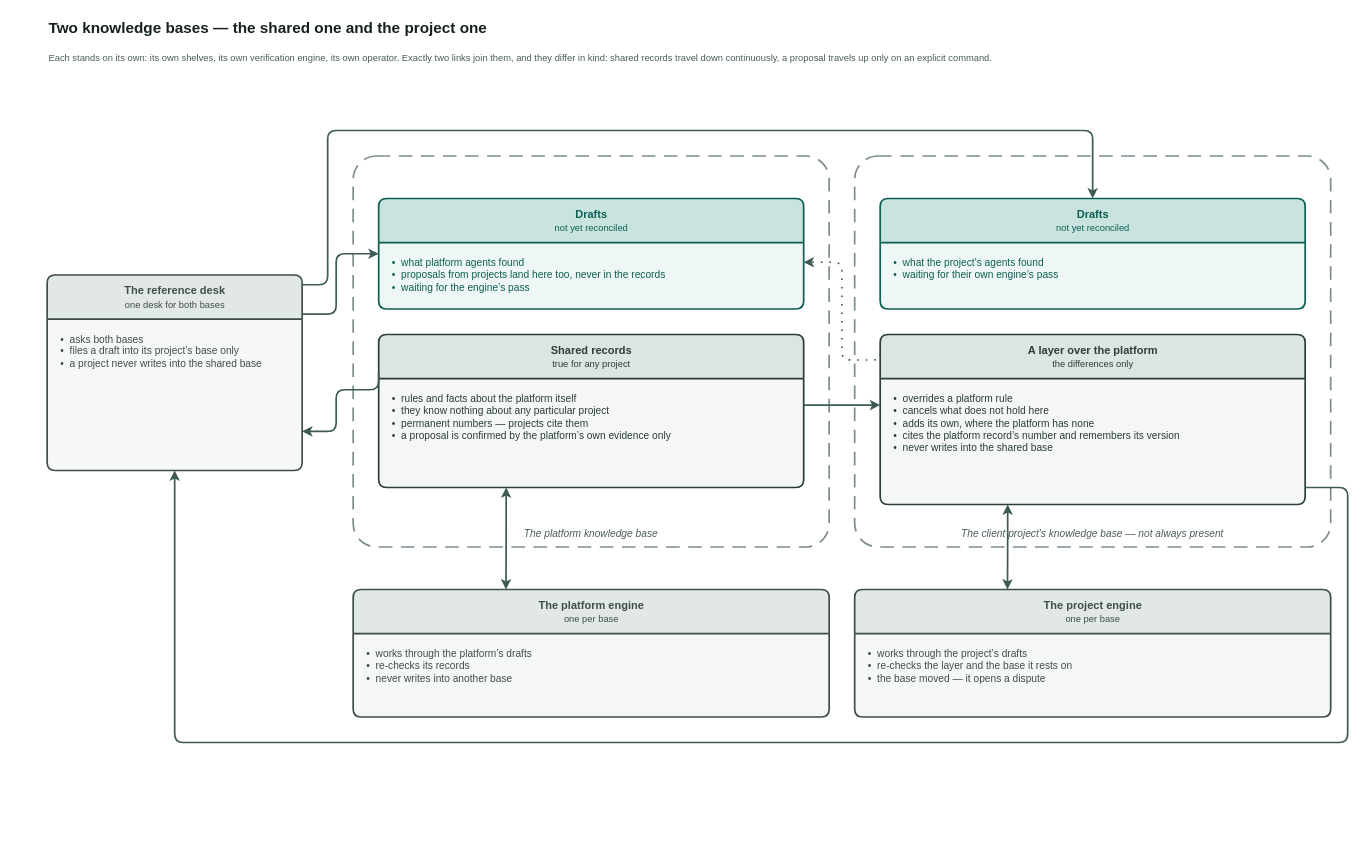
This is page "Two knowledge bases" (2 of 5) of docs/adr/adr-knowledge-base-v3-overview.drawio from VirtoCommerce/ai-tools, a draw.io file, before an edit. Source tidied: cells renumbered, new cells numbered last; positions are measured from the earlier drawing's top-left corner, leaving out a move shared by most shapes. Both pictures are drawn from the tidied source at 85%, with x=0, y=0 at pixel (47, 14).
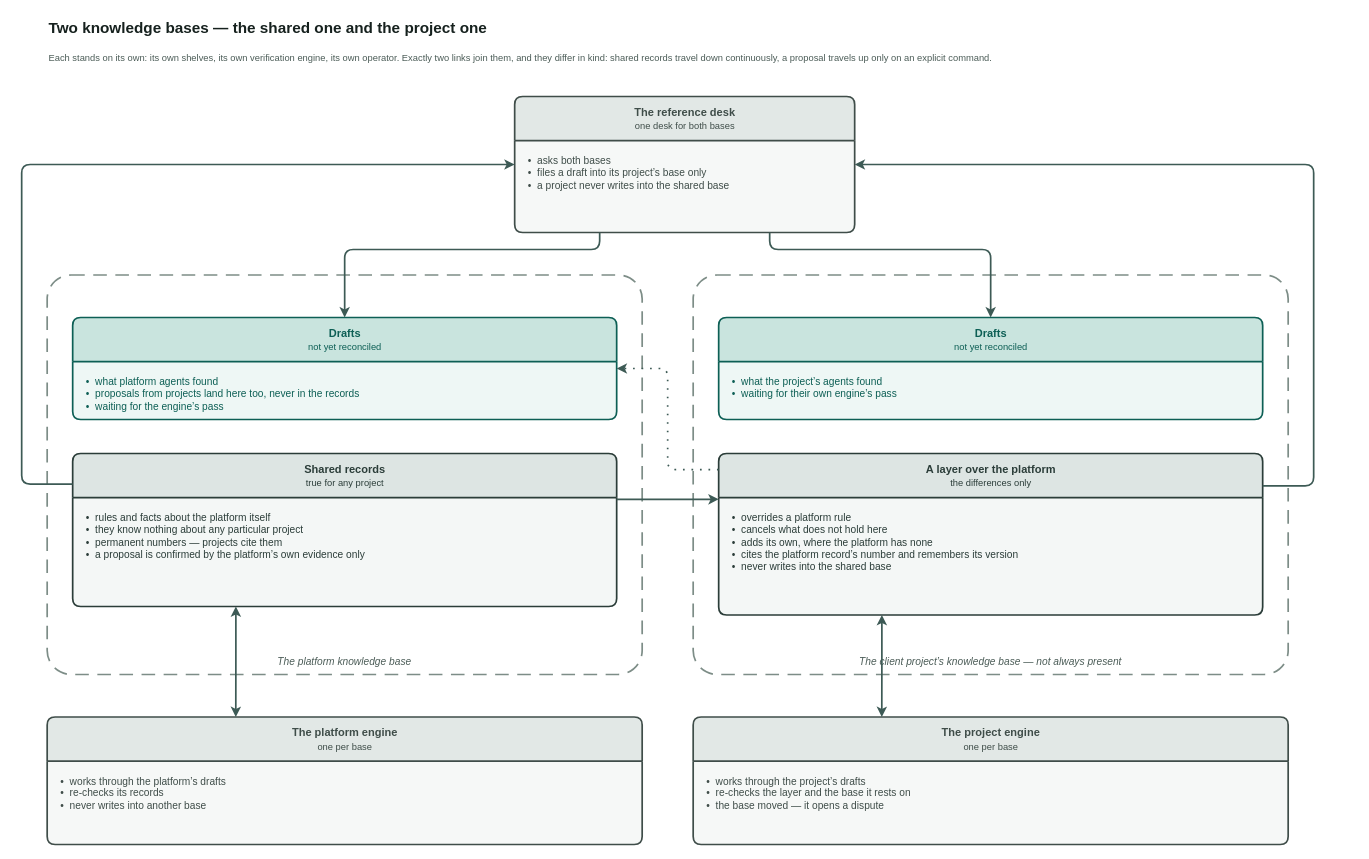
Above is the later version.

Commit message:
docs(adr): kb v3 — the desk on top, the two bases mirrored under it (VCST-5776)

The edit, as a diff of the source:
```diff
@@
     <mxCell id="4" value="The reference desk&lt;br&gt;&lt;span style=&quot;font-size:11px;font-weight:normal&quot;&gt;one desk for both bases&lt;/span&gt;" style="swimlane;html=1;rounded=1;arcSize=6;startSize=52;horizontal=1;fillColor=#e2e8e6;swimlaneFillColor=#f6f8f7;strokeColor=#3f4d49;fontColor=#3f4d49;fontSize=13;fontStyle=1;align=center;verticalAlign=middle;strokeWidth=2;fontFamily=Helvetica;" parent="1" vertex="1">
-      <mxGeometry y="306" width="300" height="230" as="geometry" />
+      <mxGeometry x="550" y="96" width="400" height="160" as="geometry" />
     </mxCell>
     <mxCell id="5" value="•&amp;nbsp; asks both bases&lt;br&gt;•&amp;nbsp; files a draft into its project’s base only&lt;br&gt;•&amp;nbsp; a project never writes into the shared base" style="text;html=1;align=left;verticalAlign=top;whiteSpace=wrap;spacingLeft=14;spacingTop=10;spacingRight=10;fontSize=12;fontColor=#3f4d49;fontFamily=Helvetica;" parent="4" vertex="1">
-      <mxGeometry y="52" width="300" height="178" as="geometry" />
+      <mxGeometry y="52" width="400" height="108" as="geometry" />
     </mxCell>
     <mxCell id="6" value="The platform knowledge base" style="rounded=1;arcSize=6;whiteSpace=wrap;html=1;fillColor=none;strokeColor=#7d8d87;dashed=1;dashPattern=8 5;strokeWidth=2;verticalAlign=bottom;align=center;spacingBottom=6;fontColor=#4b5c57;fontStyle=2;fontSize=12;fontFamily=Helvetica;" parent="1" vertex="1">
-      <mxGeometry x="360" y="166" width="560" height="460" as="geometry" />
+      <mxGeometry y="306" width="700" height="470" as="geometry" />
     </mxCell>
     <mxCell id="7" value="Drafts&lt;br&gt;&lt;span style=&quot;font-size:11px;font-weight:normal&quot;&gt;not yet reconciled&lt;/span&gt;" style="swimlane;html=1;rounded=1;arcSize=6;startSize=52;horizontal=1;fillColor=#c9e4de;swimlaneFillColor=#eef7f5;strokeColor=#0d5f55;fontColor=#0d5f55;fontSize=13;fontStyle=1;align=center;verticalAlign=middle;strokeWidth=2;fontFamily=Helvetica;" parent="1" vertex="1">
-      <mxGeometry x="390" y="216" width="500" height="130" as="geometry" />
+      <mxGeometry x="30" y="356" width="640" height="120" as="geometry" />
     </mxCell>
     <mxCell id="8" value="•&amp;nbsp; what platform agents found&lt;br&gt;•&amp;nbsp; proposals from projects land here too, never in the records&lt;br&gt;•&amp;nbsp; waiting for the engine’s pass" style="text;html=1;align=left;verticalAlign=top;whiteSpace=wrap;spacingLeft=14;spacingTop=10;spacingRight=10;fontSize=12;fontColor=#0d5f55;fontFamily=Helvetica;" parent="7" vertex="1">
-      <mxGeometry y="52" width="500" height="78" as="geometry" />
+      <mxGeometry y="52" width="640" height="68" as="geometry" />
     </mxCell>
     <mxCell id="9" value="Shared records&lt;br&gt;&lt;span style=&quot;font-size:11px;font-weight:normal&quot;&gt;true for any project&lt;/span&gt;" style="swimlane;html=1;rounded=1;arcSize=6;startSize=52;horizontal=1;fillColor=#dde5e3;swimlaneFillColor=#f4f7f6;strokeColor=#2b3d39;fontColor=#2b3d39;fontSize=13;fontStyle=1;align=center;verticalAlign=middle;strokeWidth=2;fontFamily=Helvetica;" parent="1" vertex="1">
-      <mxGeometry x="390" y="376" width="500" height="180" as="geometry" />
+      <mxGeometry x="30" y="516" width="640" height="180" as="geometry" />
     </mxCell>
     <mxCell id="10" value="•&amp;nbsp; rules and facts about the platform itself&lt;br&gt;•&amp;nbsp; they know nothing about any particular project&lt;br&gt;•&amp;nbsp; permanent numbers — projects cite them&lt;br&gt;•&amp;nbsp; a proposal is confirmed by the platform’s own evidence only" style="text;html=1;align=left;verticalAlign=top;whiteSpace=wrap;spacingLeft=14;spacingTop=10;spacingRight=10;fontSize=12;fontColor=#2b3d39;fontFamily=Helvetica;" parent="9" vertex="1">
-      <mxGeometry y="52" width="500" height="128" as="geometry" />
+      <mxGeometry y="52" width="640" height="128" as="geometry" />
     </mxCell>
     <mxCell id="11" value="The client project’s knowledge base — not always present" style="rounded=1;arcSize=6;whiteSpace=wrap;html=1;fillColor=none;strokeColor=#7d8d87;dashed=1;dashPattern=8 5;strokeWidth=2;verticalAlign=bottom;align=center;spacingBottom=6;fontColor=#4b5c57;fontStyle=2;fontSize=12;fontFamily=Helvetica;" parent="1" vertex="1">
-      <mxGeometry x="950" y="166" width="560" height="460" as="geometry" />
+      <mxGeometry x="760" y="306" width="700" height="470" as="geometry" />
     </mxCell>
     <mxCell id="12" value="Drafts&lt;br&gt;&lt;span style=&quot;font-size:11px;font-weight:normal&quot;&gt;not yet reconciled&lt;/span&gt;" style="swimlane;html=1;rounded=1;arcSize=6;startSize=52;horizontal=1;fillColor=#c9e4de;swimlaneFillColor=#eef7f5;strokeColor=#0d5f55;fontColor=#0d5f55;fontSize=13;fontStyle=1;align=center;verticalAlign=middle;strokeWidth=2;fontFamily=Helvetica;" parent="1" vertex="1">
-      <mxGeometry x="980" y="216" width="500" height="130" as="geometry" />
+      <mxGeometry x="790" y="356" width="640" height="120" as="geometry" />
     </mxCell>
     <mxCell id="13" value="•&amp;nbsp; what the project’s agents found&lt;br&gt;•&amp;nbsp; waiting for their own engine’s pass" style="text;html=1;align=left;verticalAlign=top;whiteSpace=wrap;spacingLeft=14;spacingTop=10;spacingRight=10;fontSize=12;fontColor=#0d5f55;fontFamily=Helvetica;" parent="12" vertex="1">
-      <mxGeometry y="52" width="500" height="78" as="geometry" />
+      <mxGeometry y="52" width="640" height="68" as="geometry" />
     </mxCell>
     <mxCell id="14" value="A layer over the platform&lt;br&gt;&lt;span style=&quot;font-size:11px;font-weight:normal&quot;&gt;the differences only&lt;/span&gt;" style="swimlane;html=1;rounded=1;arcSize=6;startSize=52;horizontal=1;fillColor=#dde5e3;swimlaneFillColor=#f4f7f6;strokeColor=#2b3d39;fontColor=#2b3d39;fontSize=13;fontStyle=1;align=center;verticalAlign=middle;strokeWidth=2;fontFamily=Helvetica;" parent="1" vertex="1">
-      <mxGeometry x="980" y="376" width="500" height="200" as="geometry" />
+      <mxGeometry x="790" y="516" width="640" height="190" as="geometry" />
     </mxCell>
     <mxCell id="15" value="•&amp;nbsp; overrides a platform rule&lt;br&gt;•&amp;nbsp; cancels what does not hold here&lt;br&gt;•&amp;nbsp; adds its own, where the platform has none&lt;br&gt;•&amp;nbsp; cites the platform record’s number and remembers its version&lt;br&gt;•&amp;nbsp; never writes into the shared base" style="text;html=1;align=left;verticalAlign=top;whiteSpace=wrap;spacingLeft=14;spacingTop=10;spacingRight=10;fontSize=12;fontColor=#2b3d39;fontFamily=Helvetica;" parent="14" vertex="1">
-      <mxGeometry y="52" width="500" height="148" as="geometry" />
+      <mxGeometry y="52" width="640" height="138" as="geometry" />
     </mxCell>
     <mxCell id="16" value="The platform engine&lt;br&gt;&lt;span style=&quot;font-size:11px;font-weight:normal&quot;&gt;one per base&lt;/span&gt;" style="swimlane;html=1;rounded=1;arcSize=6;startSize=52;horizontal=1;fillColor=#e2e8e6;swimlaneFillColor=#f6f8f7;strokeColor=#3f4d49;fontColor=#3f4d49;fontSize=13;fontStyle=1;align=center;verticalAlign=middle;strokeWidth=2;fontFamily=Helvetica;" parent="1" vertex="1">
-      <mxGeometry x="360" y="676" width="560" height="150" as="geometry" />
+      <mxGeometry y="826" width="700" height="150" as="geometry" />
     </mxCell>
     <mxCell id="17" value="•&amp;nbsp; works through the platform’s drafts&lt;br&gt;•&amp;nbsp; re-checks its records&lt;br&gt;•&amp;nbsp; never writes into another base" style="text;html=1;align=left;verticalAlign=top;whiteSpace=wrap;spacingLeft=14;spacingTop=10;spacingRight=10;fontSize=12;fontColor=#3f4d49;fontFamily=Helvetica;" parent="16" vertex="1">
-      <mxGeometry y="52" width="560" height="98" as="geometry" />
+      <mxGeometry y="52" width="700" height="98" as="geometry" />
     </mxCell>
     <mxCell id="18" value="The project engine&lt;br&gt;&lt;span style=&quot;font-size:11px;font-weight:normal&quot;&gt;one per base&lt;/span&gt;" style="swimlane;html=1;rounded=1;arcSize=6;startSize=52;horizontal=1;fillColor=#e2e8e6;swimlaneFillColor=#f6f8f7;strokeColor=#3f4d49;fontColor=#3f4d49;fontSize=13;fontStyle=1;align=center;verticalAlign=middle;strokeWidth=2;fontFamily=Helvetica;" parent="1" vertex="1">
-      <mxGeometry x="950" y="676" width="560" height="150" as="geometry" />
+      <mxGeometry x="760" y="826" width="700" height="150" as="geometry" />
     </mxCell>
     <mxCell id="19" value="•&amp;nbsp; works through the project’s drafts&lt;br&gt;•&amp;nbsp; re-checks the layer and the base it rests on&lt;br&gt;•&amp;nbsp; the base moved — it opens a dispute" style="text;html=1;align=left;verticalAlign=top;whiteSpace=wrap;spacingLeft=14;spacingTop=10;spacingRight=10;fontSize=12;fontColor=#3f4d49;fontFamily=Helvetica;" parent="18" vertex="1">
-      <mxGeometry y="52" width="560" height="98" as="geometry" />
+      <mxGeometry y="52" width="700" height="98" as="geometry" />
     </mxCell>
-    <mxCell id="20" style="edgeStyle=orthogonalEdgeStyle;rounded=1;html=1;labelBackgroundColor=#ffffff;fontSize=12;strokeWidth=2;strokeColor=#3d5a55;fontColor=#2f3a37;fontFamily=Helvetica;exitX=1;exitY=0.2;exitDx=0;exitDy=0;entryX=0;entryY=0.5;entryDx=0;entryDy=0;" parent="1" edge="1" source="4" target="7">
+    <mxCell id="20" style="edgeStyle=orthogonalEdgeStyle;rounded=1;html=1;labelBackgroundColor=#ffffff;fontSize=12;strokeWidth=2;strokeColor=#3d5a55;fontColor=#2f3a37;fontFamily=Helvetica;exitX=0.25;exitY=1;exitDx=0;exitDy=0;entryX=0.5;entryY=0;entryDx=0;entryDy=0;" parent="1" edge="1" source="4" target="7">
       <mxGeometry relative="1" as="geometry">
         <Array as="points">
-          <mxPoint x="340" y="352" />
-          <mxPoint x="340" y="281" />
+          <mxPoint x="650" y="276" />
+          <mxPoint x="350" y="276" />
         </Array>
       </mxGeometry>
     </mxCell>
-    <mxCell id="21" style="edgeStyle=orthogonalEdgeStyle;rounded=1;html=1;labelBackgroundColor=#ffffff;fontSize=12;strokeWidth=2;strokeColor=#3d5a55;fontColor=#2f3a37;fontFamily=Helvetica;exitX=0;exitY=0.25;exitDx=0;exitDy=0;entryX=1;entryY=0.8;entryDx=0;entryDy=0;" parent="1" edge="1" source="9" target="4">
+    <mxCell id="21" style="edgeStyle=orthogonalEdgeStyle;rounded=1;html=1;labelBackgroundColor=#ffffff;fontSize=12;strokeWidth=2;strokeColor=#3d5a55;fontColor=#2f3a37;fontFamily=Helvetica;exitX=0;exitY=0.2;exitDx=0;exitDy=0;entryX=0;entryY=0.5;entryDx=0;entryDy=0;" parent="1" edge="1" source="9" target="4">
       <mxGeometry relative="1" as="geometry">
         <Array as="points">
-          <mxPoint x="340" y="441" />
-          <mxPoint x="340" y="490" />
+          <mxPoint x="-30" y="552" />
+          <mxPoint x="-30" y="176" />
         </Array>
       </mxGeometry>
     </mxCell>
-    <mxCell id="22" style="edgeStyle=orthogonalEdgeStyle;rounded=1;html=1;labelBackgroundColor=#ffffff;fontSize=12;strokeWidth=2;strokeColor=#3d5a55;fontColor=#2f3a37;fontFamily=Helvetica;exitX=1;exitY=0.05;exitDx=0;exitDy=0;entryX=0.5;entryY=0;entryDx=0;entryDy=0;" parent="1" edge="1" source="4" target="12">
+    <mxCell id="22" style="edgeStyle=orthogonalEdgeStyle;rounded=1;html=1;labelBackgroundColor=#ffffff;fontSize=12;strokeWidth=2;strokeColor=#3d5a55;fontColor=#2f3a37;fontFamily=Helvetica;exitX=0.75;exitY=1;exitDx=0;exitDy=0;entryX=0.5;entryY=0;entryDx=0;entryDy=0;" parent="1" edge="1" source="4" target="12">
       <mxGeometry relative="1" as="geometry">
         <Array as="points">
-          <mxPoint x="330" y="318" />
-          <mxPoint x="330" y="136" />
-          <mxPoint x="1230" y="136" />
+          <mxPoint x="850" y="276" />
+          <mxPoint x="1110" y="276" />
         </Array>
       </mxGeometry>
     </mxCell>
-    <mxCell id="23" style="edgeStyle=orthogonalEdgeStyle;rounded=1;html=1;labelBackgroundColor=#ffffff;fontSize=12;strokeWidth=2;strokeColor=#3d5a55;fontColor=#2f3a37;fontFamily=Helvetica;exitX=1;exitY=0.9;exitDx=0;exitDy=0;entryX=0.5;entryY=1;entryDx=0;entryDy=0;" parent="1" edge="1" source="14" target="4">
+    <mxCell id="23" style="edgeStyle=orthogonalEdgeStyle;rounded=1;html=1;labelBackgroundColor=#ffffff;fontSize=12;strokeWidth=2;strokeColor=#3d5a55;fontColor=#2f3a37;fontFamily=Helvetica;exitX=1;exitY=0.2;exitDx=0;exitDy=0;entryX=1;entryY=0.5;entryDx=0;entryDy=0;" parent="1" edge="1" source="14" target="4">
       <mxGeometry relative="1" as="geometry">
         <Array as="points">
-          <mxPoint x="1530" y="556" />
-          <mxPoint x="1530" y="856" />
-          <mxPoint x="150" y="856" />
+          <mxPoint x="1490" y="554" />
+          <mxPoint x="1490" y="176" />
         </Array>
       </mxGeometry>
     </mxCell>
-    <mxCell id="24" style="edgeStyle=orthogonalEdgeStyle;rounded=1;html=1;labelBackgroundColor=#ffffff;fontSize=12;strokeWidth=2;strokeColor=#3d5a55;fontColor=#2f3a37;fontFamily=Helvetica;exitX=1;exitY=0.462;exitDx=0;exitDy=0;entryX=0;entryY=0.415;entryDx=0;entryDy=0;" parent="1" edge="1" source="9" target="14">
+    <mxCell id="24" style="edgeStyle=orthogonalEdgeStyle;rounded=1;html=1;labelBackgroundColor=#ffffff;fontSize=12;strokeWidth=2;strokeColor=#3d5a55;fontColor=#2f3a37;fontFamily=Helvetica;exitX=1;exitY=0.3;exitDx=0;exitDy=0;entryX=0;entryY=0.284;entryDx=0;entryDy=0;" parent="1" edge="1" source="9" target="14">
       <mxGeometry relative="1" as="geometry" />
     </mxCell>
-    <mxCell id="25" style="edgeStyle=orthogonalEdgeStyle;rounded=1;html=1;labelBackgroundColor=#ffffff;fontSize=12;strokeWidth=2;strokeColor=#3d5a55;fontColor=#2f3a37;fontFamily=Helvetica;dashed=1;dashPattern=1 4;exitX=0;exitY=0.115;exitDx=0;exitDy=0;entryX=1;entryY=0.577;entryDx=0;entryDy=0;" parent="1" edge="1" source="14" target="7">
+    <mxCell id="25" style="edgeStyle=orthogonalEdgeStyle;rounded=1;html=1;labelBackgroundColor=#ffffff;fontSize=12;strokeWidth=2;strokeColor=#3d5a55;fontColor=#2f3a37;fontFamily=Helvetica;dashed=1;dashPattern=1 4;exitX=0;exitY=0.1;exitDx=0;exitDy=0;entryX=1;entryY=0.5;entryDx=0;entryDy=0;" parent="1" edge="1" source="14" target="7">
       <mxGeometry relative="1" as="geometry">
         <Array as="points">
-          <mxPoint x="935" y="406" />
-          <mxPoint x="935" y="291" />
+          <mxPoint x="730" y="535" />
+          <mxPoint x="730" y="416" />
         </Array>
       </mxGeometry>
     </mxCell>
-    <mxCell id="26" style="edgeStyle=orthogonalEdgeStyle;rounded=1;html=1;labelBackgroundColor=#ffffff;fontSize=12;strokeWidth=2;strokeColor=#3d5a55;fontColor=#2f3a37;fontFamily=Helvetica;startArrow=classic;startFill=1;exitX=0.3;exitY=1;exitDx=0;exitDy=0;entryX=0.321;entryY=0;entryDx=0;entryDy=0;" parent="1" edge="1" source="9" target="16">
+    <mxCell id="26" style="edgeStyle=orthogonalEdgeStyle;rounded=1;html=1;labelBackgroundColor=#ffffff;fontSize=12;strokeWidth=2;strokeColor=#3d5a55;fontColor=#2f3a37;fontFamily=Helvetica;startArrow=classic;startFill=1;exitX=0.3;exitY=1;exitDx=0;exitDy=0;entryX=0.317;entryY=0;entryDx=0;entryDy=0;" parent="1" edge="1" source="9" target="16">
       <mxGeometry relative="1" as="geometry" />
     </mxCell>
-    <mxCell id="27" style="edgeStyle=orthogonalEdgeStyle;rounded=1;html=1;labelBackgroundColor=#ffffff;fontSize=12;strokeWidth=2;strokeColor=#3d5a55;fontColor=#2f3a37;fontFamily=Helvetica;startArrow=classic;startFill=1;exitX=0.3;exitY=1;exitDx=0;exitDy=0;entryX=0.321;entryY=0;entryDx=0;entryDy=0;" parent="1" edge="1" source="14" target="18">
+    <mxCell id="27" style="edgeStyle=orthogonalEdgeStyle;rounded=1;html=1;labelBackgroundColor=#ffffff;fontSize=12;strokeWidth=2;strokeColor=#3d5a55;fontColor=#2f3a37;fontFamily=Helvetica;startArrow=classic;startFill=1;exitX=0.3;exitY=1;exitDx=0;exitDy=0;entryX=0.317;entryY=0;entryDx=0;entryDy=0;" parent="1" edge="1" source="14" target="18">
       <mxGeometry relative="1" as="geometry" />
     </mxCell>
```
